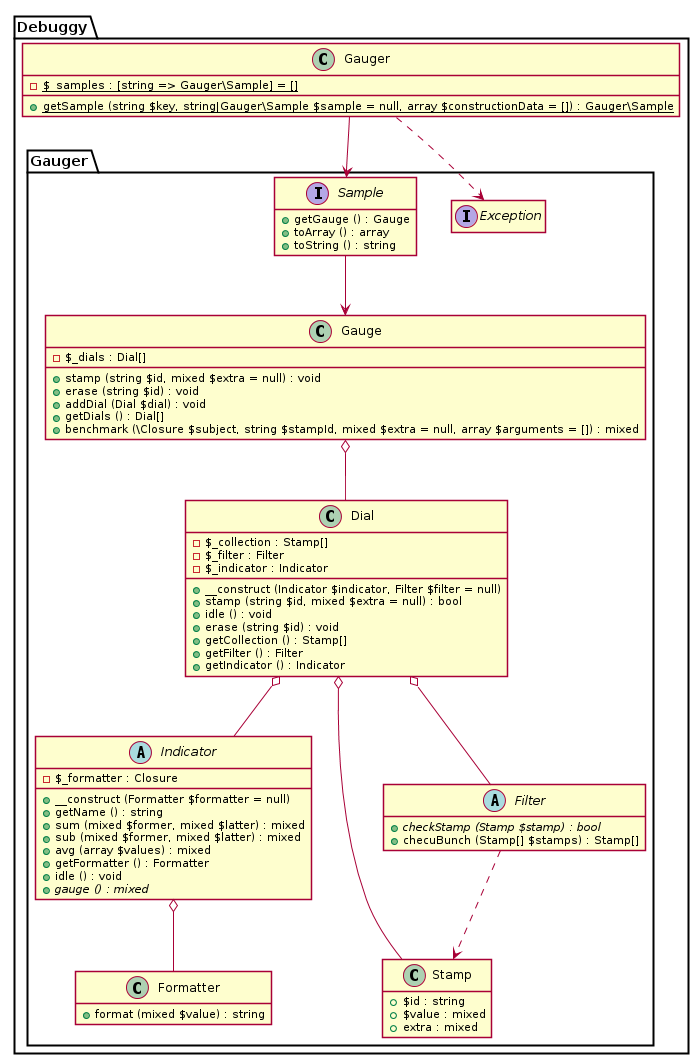
Earlier version of the PlantUML export uml/plantuml/gauger.png (dnsl48/gauger).
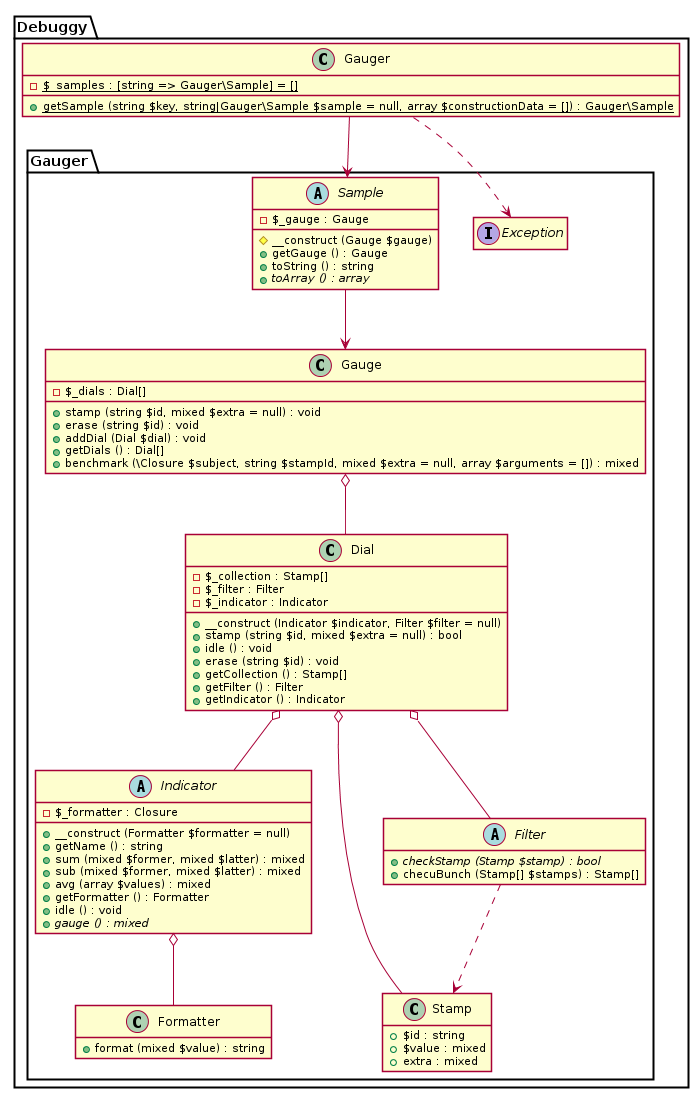
Above is the later version.

What changed in the source:
```diff
@@ -141,10 +141,12 @@
 
 package Debuggy {
 	namespace Gauger {
-		interface "Sample" as _Sample {
+		abstract class "Sample" as _Sample {
+			- $_gauge : Gauge
+			# __construct (Gauge $gauge)
 			+ getGauge () : Gauge
-			+ toArray () : array
 			+ toString () : string
+			+ {abstract} toArray () : array
 		}
 
 		_Sample --> Gauge
```
